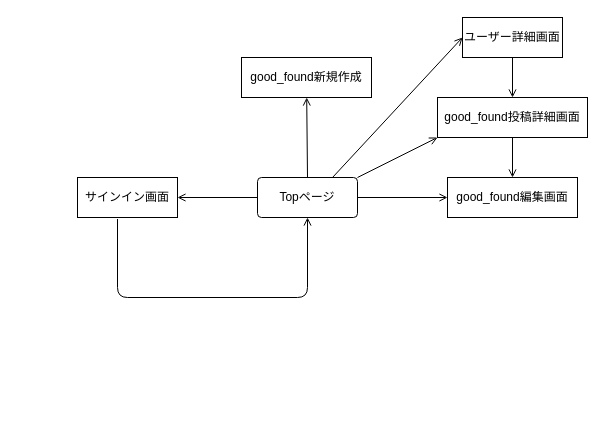
Before: page "ページ2" (2 of 2) of bright-side.dio in akiyuki-23/bright-side, a draw.io diagram. Source tidied: cells renumbered, new cells numbered last; positions are measured from the earlier drawing's top-left corner, leaving out a move shared by most shapes. Both pictures are drawn from the tidied source at 100%, with x=0, y=0 at pixel (77, 17).
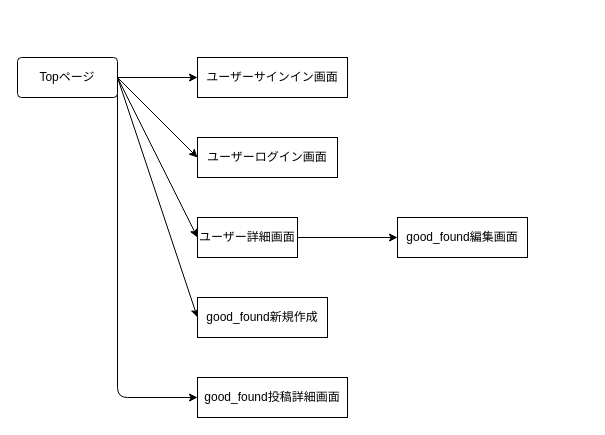
After the change.

Commit message (it also covers changes not shown here):
read meと遷移図の変更

What changed in the source:
```diff
@@
 <mxGraphModel>
   <root>
     <mxCell id="0" />
     <mxCell id="1" parent="0" />
+    <mxCell id="16" style="edgeStyle=none;html=1;exitX=1;exitY=0.5;exitDx=0;exitDy=0;entryX=0;entryY=0.5;entryDx=0;entryDy=0;" parent="1" edge="1" source="3" target="10">
+      <mxGeometry relative="1" as="geometry">
+        <Array as="points">
+          <mxPoint x="40" y="380" />
+        </Array>
+      </mxGeometry>
+    </mxCell>
+    <mxCell id="17" style="edgeStyle=none;html=1;exitX=1;exitY=0.5;exitDx=0;exitDy=0;entryX=0;entryY=0.5;entryDx=0;entryDy=0;" parent="1" edge="1" source="3" target="5">
+      <mxGeometry relative="1" as="geometry" />
+    </mxCell>
+    <mxCell id="18" style="edgeStyle=none;html=1;exitX=1;exitY=0.5;exitDx=0;exitDy=0;entryX=0;entryY=0.5;entryDx=0;entryDy=0;" parent="1" edge="1" source="3" target="15">
+      <mxGeometry relative="1" as="geometry" />
+    </mxCell>
+    <mxCell id="19" style="edgeStyle=none;html=1;exitX=1;exitY=0.5;exitDx=0;exitDy=0;entryX=0;entryY=0.5;entryDx=0;entryDy=0;" parent="1" edge="1" source="3" target="22">
+      <mxGeometry relative="1" as="geometry" />
+    </mxCell>
-    <mxCell id="2" style="edgeStyle=none;html=1;exitX=0.5;exitY=1;exitDx=0;exitDy=0;entryX=0.4;entryY=1.038;entryDx=0;entryDy=0;entryPerimeter=0;startArrow=open;startFill=0;endArrow=none;endFill=0;" parent="1" edge="1" source="3" target="7">
-      <mxGeometry relative="1" as="geometry">
-        <Array as="points">
-          <mxPoint x="230" y="280" />
-          <mxPoint x="40" y="280" />
-        </Array>
-      </mxGeometry>
+    <mxCell id="2" style="edgeStyle=none;html=1;exitX=1;exitY=0.5;exitDx=0;exitDy=0;entryX=0;entryY=0.5;entryDx=0;entryDy=0;" parent="1" edge="1" source="3" target="7">
+      <mxGeometry relative="1" as="geometry" />
     </mxCell>
+    <mxCell id="20" style="edgeStyle=none;html=1;exitX=1;exitY=1;exitDx=0;exitDy=0;" parent="1" edge="1" source="3">
+      <mxGeometry relative="1" as="geometry">
+        <mxPoint x="40" y="80" as="targetPoint" />
+      </mxGeometry>
+    </mxCell>
     <mxCell id="3" value="Topページ" style="rounded=1;arcSize=10;whiteSpace=wrap;html=1;align=center;" parent="1" vertex="1">
-      <mxGeometry x="180" y="160" width="100" height="40" as="geometry" />
+      <mxGeometry x="-60" y="40" width="100" height="40" as="geometry" />
     </mxCell>
-    <mxCell id="4" style="edgeStyle=none;html=1;entryX=0.5;entryY=0;entryDx=0;entryDy=0;startArrow=open;startFill=0;endArrow=none;endFill=0;" parent="1" edge="1" source="5" target="3">
-      <mxGeometry relative="1" as="geometry" />
-    </mxCell>
     <mxCell id="5" value="good_found新規作成" style="whiteSpace=wrap;html=1;align=center;" parent="1" vertex="1">
-      <mxGeometry x="164" y="40" width="130" height="40" as="geometry" />
+      <mxGeometry x="120" y="280" width="130" height="40" as="geometry" />
     </mxCell>
-    <mxCell id="6" style="edgeStyle=none;html=1;exitX=1;exitY=0.5;exitDx=0;exitDy=0;startArrow=open;startFill=0;endArrow=none;endFill=0;" parent="1" edge="1" source="7" target="3">
-      <mxGeometry relative="1" as="geometry" />
-    </mxCell>
-    <mxCell id="7" value="サインイン画面" style="whiteSpace=wrap;html=1;align=center;" parent="1" vertex="1">
-      <mxGeometry y="160" width="100" height="40" as="geometry" />
+    <mxCell id="7" value="ユーザーサインイン画面" style="whiteSpace=wrap;html=1;align=center;" parent="1" vertex="1">
+      <mxGeometry x="120" y="40" width="150" height="40" as="geometry" />
     </mxCell>
-    <mxCell id="8" style="edgeStyle=none;html=1;exitX=0;exitY=1;exitDx=0;exitDy=0;entryX=1;entryY=0;entryDx=0;entryDy=0;startArrow=open;startFill=0;endArrow=none;endFill=0;" parent="1" edge="1" source="10" target="3">
-      <mxGeometry relative="1" as="geometry" />
-    </mxCell>
-    <mxCell id="9" style="edgeStyle=none;html=1;exitX=0.5;exitY=0;exitDx=0;exitDy=0;entryX=0.5;entryY=1;entryDx=0;entryDy=0;startArrow=open;startFill=0;endArrow=none;endFill=0;" parent="1" edge="1" source="10" target="15">
-      <mxGeometry relative="1" as="geometry" />
-    </mxCell>
     <mxCell id="10" value="good_found投稿詳細画面" style="whiteSpace=wrap;html=1;align=center;" parent="1" vertex="1">
-      <mxGeometry x="360" y="80" width="150" height="40" as="geometry" />
+      <mxGeometry x="120" y="360" width="150" height="40" as="geometry" />
     </mxCell>
-    <mxCell id="11" style="edgeStyle=none;html=1;exitX=0;exitY=0.5;exitDx=0;exitDy=0;entryX=1;entryY=0.5;entryDx=0;entryDy=0;startArrow=open;startFill=0;endArrow=none;endFill=0;" parent="1" edge="1" source="13" target="3">
-      <mxGeometry relative="1" as="geometry" />
-    </mxCell>
-    <mxCell id="12" style="edgeStyle=none;html=1;exitX=0.5;exitY=0;exitDx=0;exitDy=0;entryX=0.5;entryY=1;entryDx=0;entryDy=0;startArrow=open;startFill=0;endArrow=none;endFill=0;" parent="1" edge="1" source="13" target="10">
-      <mxGeometry relative="1" as="geometry" />
-    </mxCell>
     <mxCell id="13" value="good_found編集画面" style="whiteSpace=wrap;html=1;align=center;" parent="1" vertex="1">
-      <mxGeometry x="370" y="160" width="130" height="40" as="geometry" />
+      <mxGeometry x="320" y="200" width="130" height="40" as="geometry" />
     </mxCell>
-    <mxCell id="14" style="edgeStyle=none;html=1;exitX=0;exitY=0.5;exitDx=0;exitDy=0;entryX=0.75;entryY=0;entryDx=0;entryDy=0;startArrow=open;startFill=0;endArrow=none;endFill=0;" parent="1" edge="1" source="15" target="3">
-      <mxGeometry relative="1" as="geometry" />
-    </mxCell>
+    <mxCell id="21" style="edgeStyle=none;html=1;exitX=1;exitY=0.5;exitDx=0;exitDy=0;entryX=0;entryY=0.5;entryDx=0;entryDy=0;" parent="1" edge="1" source="15" target="13">
+      <mxGeometry relative="1" as="geometry" />
+    </mxCell>
     <mxCell id="15" value="ユーザー詳細画面" style="whiteSpace=wrap;html=1;align=center;" parent="1" vertex="1">
-      <mxGeometry x="385" width="100" height="40" as="geometry" />
+      <mxGeometry x="120" y="200" width="100" height="40" as="geometry" />
     </mxCell>
+    <mxCell id="22" value="ユーザーログイン画面" style="whiteSpace=wrap;html=1;align=center;" parent="1" vertex="1">
+      <mxGeometry x="120" y="120" width="140" height="40" as="geometry" />
+    </mxCell>
   </root>
 </mxGraphModel>
```
